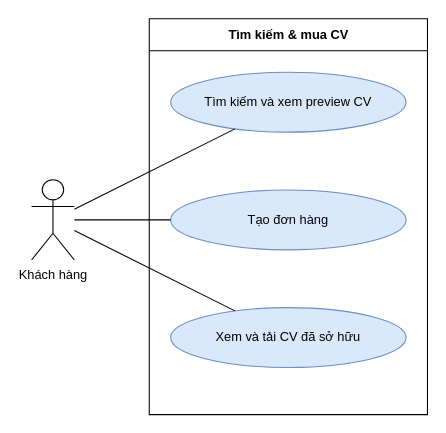
Before: page "UC 4.4 Tìm kiếm & mở CV" (4 of 40) of Extra/SoDo/CV_Marketplace_So_do_thiet_ke.drawio in nlinh1703/Bao-cao-thuc-tap-BA, a draw.io diagram. Source tidied: cells renumbered, new cells numbered last; positions are measured from the earlier drawing's top-left corner, leaving out a move shared by most shapes. Both pictures are drawn from the tidied source at 107%, with x=0, y=0 at pixel (31, 18).
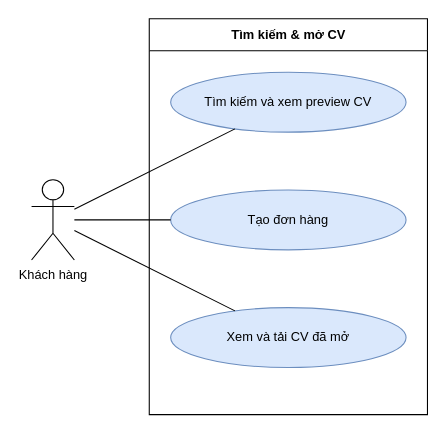
After the change.

Change to the diagram source:
```diff
@@
 <mxGraphModel>
   <root>
     <mxCell id="0" />
     <mxCell id="1" parent="0" />
-    <mxCell id="2" value="Tìm kiếm &amp; mua CV" style="swimlane;startSize=30;html=1;fillColor=none;fontStyle=1;" parent="1" vertex="1">
+    <mxCell id="2" value="Tìm kiếm &amp; mở CV" style="swimlane;startSize=30;html=1;fillColor=none;fontStyle=1;" parent="1" vertex="1">
       <mxGeometry x="110" width="260" height="370" as="geometry" />
     </mxCell>
     <mxCell id="3" value="Tìm kiếm và xem preview CV" style="ellipse;whiteSpace=wrap;html=1;fillColor=#dae8fc;strokeColor=#6c8ebf;" parent="1" vertex="1">
       <mxGeometry x="130" y="50" width="220" height="56" as="geometry" />
     </mxCell>
     <mxCell id="4" value="Tạo đơn hàng" style="ellipse;whiteSpace=wrap;html=1;fillColor=#dae8fc;strokeColor=#6c8ebf;" parent="1" vertex="1">
       <mxGeometry x="130" y="160" width="220" height="56" as="geometry" />
     </mxCell>
-    <mxCell id="5" value="Xem và tải CV đã sở hữu" style="ellipse;whiteSpace=wrap;html=1;fillColor=#dae8fc;strokeColor=#6c8ebf;" parent="1" vertex="1">
+    <mxCell id="5" value="Xem và tải CV đã mở" style="ellipse;whiteSpace=wrap;html=1;fillColor=#dae8fc;strokeColor=#6c8ebf;" parent="1" vertex="1">
       <mxGeometry x="130" y="270" width="220" height="56" as="geometry" />
     </mxCell>
     <mxCell id="6" value="Khách hàng" style="shape=umlActor;verticalLabelPosition=bottom;verticalAlign=top;html=1;outlineConnect=0;" parent="1" vertex="1">
       <mxGeometry y="150.5" width="40" height="75" as="geometry" />
     </mxCell>
     <mxCell id="7" style="endArrow=none;html=1;" parent="1" edge="1" source="6" target="3">
       <mxGeometry relative="1" as="geometry" />
     </mxCell>
     <mxCell id="8" style="endArrow=none;html=1;" parent="1" edge="1" source="6" target="4">
       <mxGeometry relative="1" as="geometry" />
     </mxCell>
     <mxCell id="9" style="endArrow=none;html=1;" parent="1" edge="1" source="6" target="5">
       <mxGeometry relative="1" as="geometry" />
     </mxCell>
   </root>
 </mxGraphModel>
```
